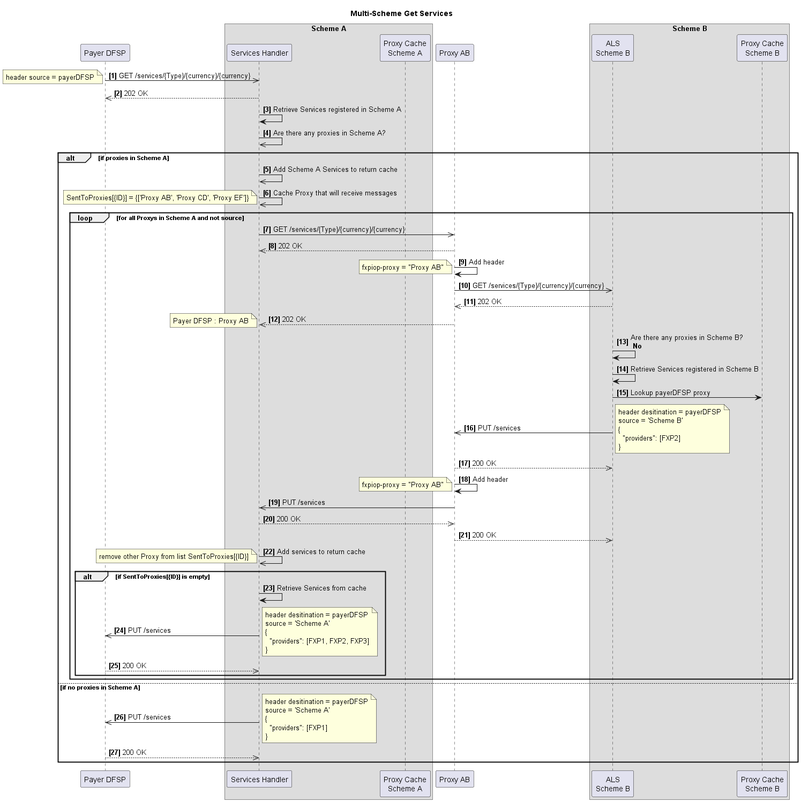
This is Design/Proxy pattern - services.png from mojaloop/ml-inter-scheme-docs, a PlantUML export, as it was before one commit. The source it was exported from:
```plantuml
@startuml

title Multi-Scheme Get Services

participant "Payer DFSP" as payerDFSP
box "Scheme A"
    participant "Services Handler" as services_A
    participant "Proxy Cache\nScheme A" as pc_A
end box
participant "Proxy AB" as xnp
box "Scheme B"
    participant "ALS\nScheme B" as services_B
    participant "Proxy Cache\nScheme B" as pc_B
end box

autonumber 1 "<b>[0]"

payerDFSP ->> services_A: GET /services/{Type}/{currency}/{currency}
note left
 header source = payerDFSP
end note
  services_A -->> payerDFSP: 202 OK
  services_A -> services_A: Retrieve Services registered in Scheme A
  services_A ->> services_A: Are there any proxies in Scheme A?
alt if proxies in Scheme A
  services_A ->> services_A: Add Scheme A Services to return cache
  services_A ->> services_A: Cache Proxy that will receive messages
   note left
     SentToProxies[{ID}] = {['Proxy AB', 'Proxy CD', 'Proxy EF']}
   end note

  loop for all Proxys in Scheme A and not source
    services_A ->> xnp: GET /services/{Type}/{currency}/{currency}
    xnp -->> services_A: 202 OK

    xnp->xnp: Add header
    note left
    fxpiop-proxy = "Proxy AB"
    end note

    xnp ->> services_B: GET /services/{Type}/{currency}/{currency}
    services_B -->> xnp: 202 OK
    xnp -->> services_A: 202 OK
note left
Payer DFSP : Proxy AB
end note

    services_B->services_B: Are there any proxies in Scheme B?\n **No**
    services_B-> services_B: Retrieve Services registered in Scheme B
    services_B -> pc_B: Lookup payerDFSP proxy
    services_B ->> xnp: PUT /services
note right
header desitination = payerDFSP
source = 'Scheme B'
{
  "providers": [FXP2]
}
end note
    xnp -->> services_B: 200 OK
    xnp->xnp: Add header
    note left
    fxpiop-proxy = "Proxy AB"
    end note

    xnp ->> services_A: PUT /services
    services_A -->> xnp: 200 OK
    xnp -->> services_B: 200 OK
    services_A ->> services_A: Add services to return cache
     note left
       remove other Proxy from list SentToProxies[{ID}]
     end note

    alt if SentToProxies[{ID}] is empty
        services_A-> services_A: Retrieve Services from cache
        services_A ->> payerDFSP: PUT /services

        note right
          header desitination = payerDFSP
          source = 'Scheme A'
          {
            "providers": [FXP1, FXP2, FXP3]
          }
        end note
        payerDFSP -->> services_A: 200 OK
   end
  end loop
else if no proxies in Scheme A
  services_A ->> payerDFSP: PUT /services
   note right
    header desitination = payerDFSP
    source = 'Scheme A'
    {
      "providers": [FXP1]
    }
   end note
   payerDFSP -->> services_A: 200 OK
end


@enduml
```
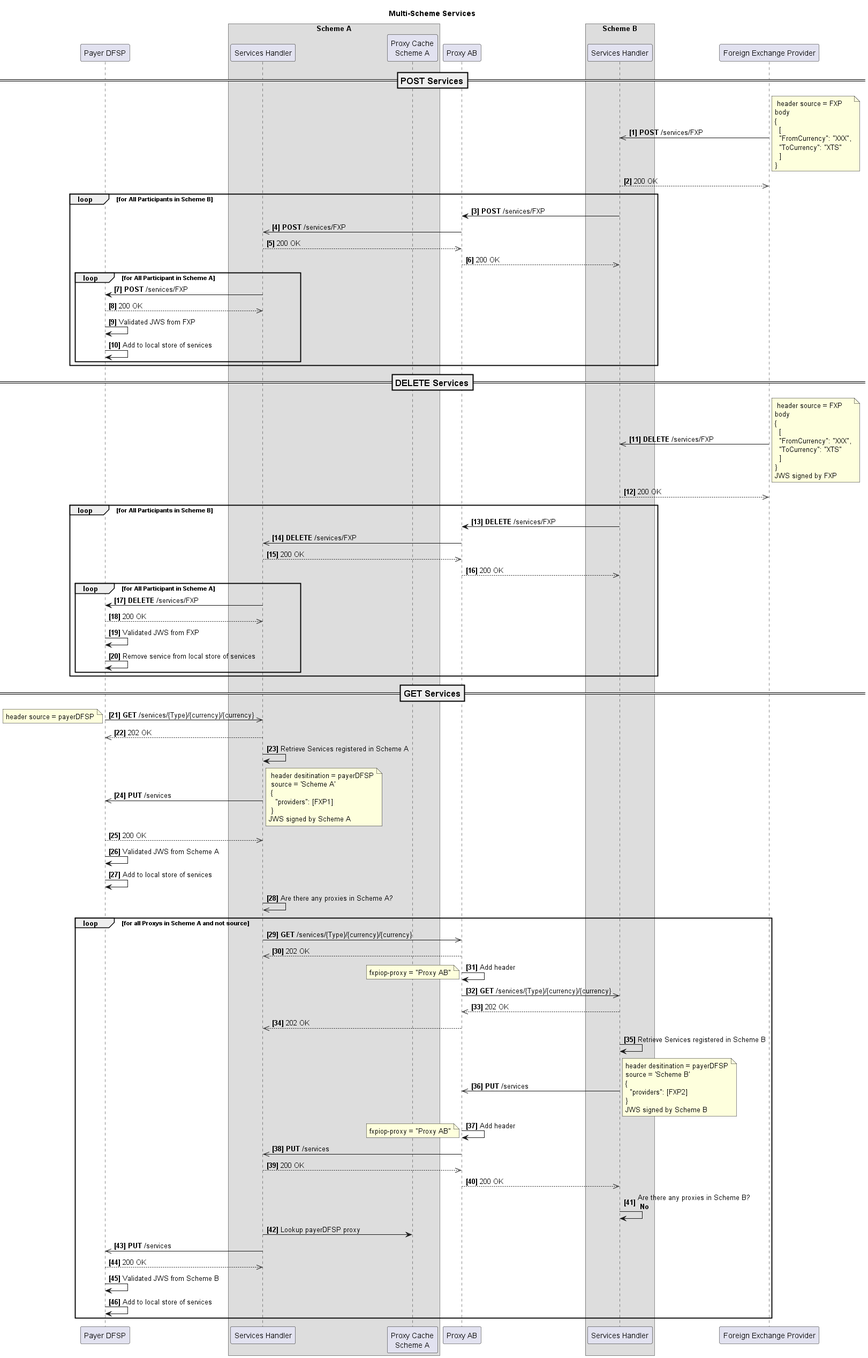
After the change.

Change to the diagram source:
```diff
@@ -1,6 +1,6 @@
 @startuml
 
-title Multi-Scheme Get Services
+title Multi-Scheme Services
 
 participant "Payer DFSP" as payerDFSP
 box "Scheme A"
@@ -9,28 +9,87 @@
 end box
 participant "Proxy AB" as xnp
 box "Scheme B"
-    participant "ALS\nScheme B" as services_B
-    participant "Proxy Cache\nScheme B" as pc_B
+    participant "Services Handler" as services_B
 end box
-
+participant "Foreign Exchange Provider" as FXP
 autonumber 1 "<b>[0]"
 
-payerDFSP ->> services_A: GET /services/{Type}/{currency}/{currency}
+=== POST Services ==
+FXP ->> services_B: **POST** /services/FXP
+note right
+ header source = FXP
+body
+{
+  [
+  "FromCurrency": "XXX",
+  "ToCurrency": "XTS"
+  ]
+}
+end note
+services_B -->> FXP: 200 OK
+loop for All Participants in Scheme B
+  services_B -> xnp: **POST** /services/FXP
+  xnp ->> services_A: **POST** /services/FXP
+  services_A -->> xnp: 200 OK
+  xnp -->> services_B: 200 OK
+  loop for All Participant in Scheme A
+    services_A -> payerDFSP: **POST** /services/FXP
+    payerDFSP -->> services_A: 200 OK
+    payerDFSP->payerDFSP: Validated JWS from FXP
+    payerDFSP->payerDFSP: Add to local store of services
+  end loop
+end loop
+
+=== DELETE Services ==
+FXP ->> services_B: **DELETE** /services/FXP
+note right
+ header source = FXP
+body
+{
+  [
+  "FromCurrency": "XXX",
+  "ToCurrency": "XTS"
+  ]
+}
+JWS signed by FXP
+end note
+services_B -->> FXP: 200 OK
+loop for All Participants in Scheme B
+  services_B -> xnp: **DELETE** /services/FXP
+  xnp ->> services_A: **DELETE** /services/FXP
+  services_A -->> xnp: 200 OK
+  xnp -->> services_B: 200 OK
+  loop for All Participant in Scheme A
+    services_A -> payerDFSP: **DELETE** /services/FXP
+    payerDFSP -->> services_A: 200 OK
+    payerDFSP->payerDFSP: Validated JWS from FXP
+    payerDFSP->payerDFSP: Remove service from local store of services
+  end loop
+end loop
+
+=== GET Services ==
+payerDFSP ->> services_A: **GET** /services/{Type}/{currency}/{currency}
 note left
  header source = payerDFSP
 end note
-  services_A -->> payerDFSP: 202 OK
+services_A -->> payerDFSP: 202 OK
   services_A -> services_A: Retrieve Services registered in Scheme A
+  services_A ->> payerDFSP: **PUT** /services
+   note right
+    header desitination = payerDFSP
+    source = 'Scheme A'
+    {
+      "providers": [FXP1]
+    }
+   JWS signed by Scheme A
+   end note
+   payerDFSP -->> services_A: 200 OK
+payerDFSP->payerDFSP: Validated JWS from Scheme A
+payerDFSP->payerDFSP: Add to local store of services
+
   services_A ->> services_A: Are there any proxies in Scheme A?
-alt if proxies in Scheme A
-  services_A ->> services_A: Add Scheme A Services to return cache
-  services_A ->> services_A: Cache Proxy that will receive messages
-   note left
-     SentToProxies[{ID}] = {['Proxy AB', 'Proxy CD', 'Proxy EF']}
-   end note
-
   loop for all Proxys in Scheme A and not source
-    services_A ->> xnp: GET /services/{Type}/{currency}/{currency}
+    services_A ->> xnp: **GET** /services/{Type}/{currency}/{currency}
     xnp -->> services_A: 202 OK
 
     xnp->xnp: Add header
@@ -38,63 +97,37 @@
     fxpiop-proxy = "Proxy AB"
     end note
 
-    xnp ->> services_B: GET /services/{Type}/{currency}/{currency}
+    xnp ->> services_B: **GET** /services/{Type}/{currency}/{currency}
     services_B -->> xnp: 202 OK
     xnp -->> services_A: 202 OK
-note left
-Payer DFSP : Proxy AB
-end note
 
-    services_B->services_B: Are there any proxies in Scheme B?\n **No**
     services_B-> services_B: Retrieve Services registered in Scheme B
-    services_B -> pc_B: Lookup payerDFSP proxy
-    services_B ->> xnp: PUT /services
+    services_B ->> xnp: **PUT** /services
 note right
 header desitination = payerDFSP
 source = 'Scheme B'
 {
   "providers": [FXP2]
 }
+JWS signed by Scheme B
 end note
-    xnp -->> services_B: 200 OK
     xnp->xnp: Add header
     note left
     fxpiop-proxy = "Proxy AB"
     end note
 
-    xnp ->> services_A: PUT /services
+    xnp ->> services_A: **PUT** /services
     services_A -->> xnp: 200 OK
     xnp -->> services_B: 200 OK
-    services_A ->> services_A: Add services to return cache
-     note left
-       remove other Proxy from list SentToProxies[{ID}]
-     end note
+    services_B->services_B: Are there any proxies in Scheme B?\n **No**
 
-    alt if SentToProxies[{ID}] is empty
-        services_A-> services_A: Retrieve Services from cache
-        services_A ->> payerDFSP: PUT /services
+    services_A -> pc_A: Lookup payerDFSP proxy
+    services_A ->> payerDFSP: **PUT** /services
 
-        note right
-          header desitination = payerDFSP
-          source = 'Scheme A'
-          {
-            "providers": [FXP1, FXP2, FXP3]
-          }
-        end note
-        payerDFSP -->> services_A: 200 OK
-   end
+    payerDFSP -->> services_A: 200 OK
+    payerDFSP->payerDFSP: Validated JWS from Scheme B
+    payerDFSP->payerDFSP: Add to local store of services
   end loop
-else if no proxies in Scheme A
-  services_A ->> payerDFSP: PUT /services
-   note right
-    header desitination = payerDFSP
-    source = 'Scheme A'
-    {
-      "providers": [FXP1]
-    }
-   end note
-   payerDFSP -->> services_A: 200 OK
-end
 
 
 @enduml
```
